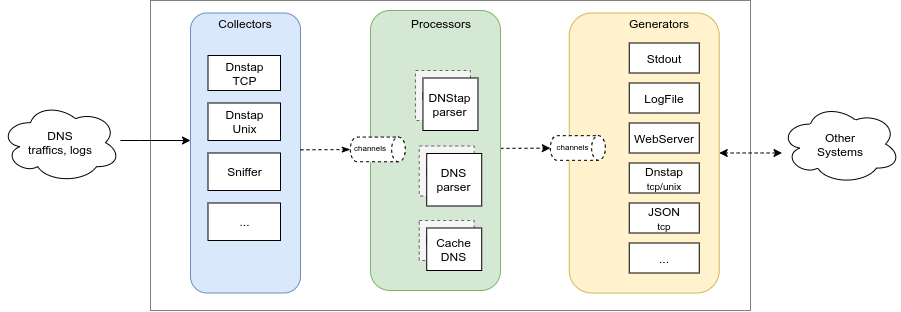
Above: doc/overview.png in dmachard/go-dnscollector (draw.io), before the change. Source tidied: cells renumbered, new cells last; positions are measured from the earlier drawing's top-left corner, leaving out a move shared by most shapes.
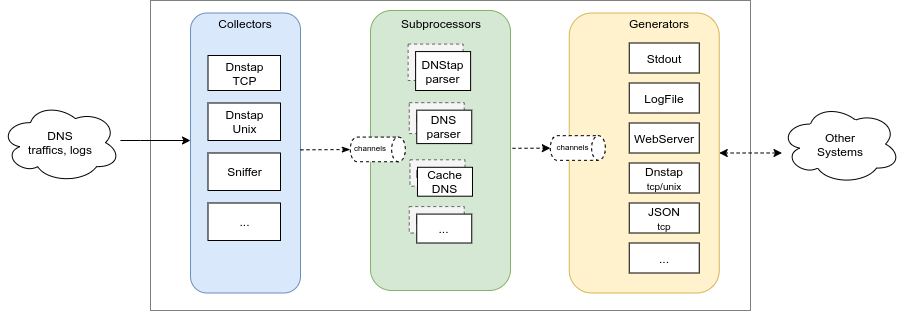
The same file after the commit.

What changed in the source:
```diff
@@ -69,19 +69,19 @@
       </mxGeometry>
     </mxCell>
     <mxCell id="19" style="rounded=1;whiteSpace=wrap;html=1;fillColor=#d5e8d4;strokeColor=#82b366;" parent="1" vertex="1">
-      <mxGeometry x="370" y="10" width="130" height="280" as="geometry" />
+      <mxGeometry x="370" y="10" width="140" height="280" as="geometry" />
     </mxCell>
-    <mxCell id="20" value="Processors" style="text;html=1;strokeColor=none;fillColor=none;align=center;verticalAlign=middle;whiteSpace=wrap;rounded=0;" parent="1" vertex="1">
+    <mxCell id="20" value="Subprocessors" style="text;html=1;strokeColor=none;fillColor=none;align=center;verticalAlign=middle;whiteSpace=wrap;rounded=0;" parent="1" vertex="1">
       <mxGeometry x="420.7" y="12.5" width="40" height="20" as="geometry" />
     </mxCell>
     <mxCell id="21" value="DNStap" style="rounded=0;whiteSpace=wrap;html=1;fillColor=#f5f5f5;strokeColor=#666666;fontColor=#333333;dashed=1;" parent="1" vertex="1">
-      <mxGeometry x="415" y="70" width="55" height="50" as="geometry" />
+      <mxGeometry x="407.6" y="43.6" width="55" height="36.4" as="geometry" />
     </mxCell>
     <mxCell id="22" value="Dnstap&lt;br&gt;Unix" style="rounded=0;whiteSpace=wrap;html=1;" parent="1" vertex="1">
       <mxGeometry x="207.5" y="102.5" width="72.5" height="37.5" as="geometry" />
     </mxCell>
     <mxCell id="23" value="DNStap&lt;br&gt;parser" style="rounded=0;whiteSpace=wrap;html=1;" parent="1" vertex="1">
-      <mxGeometry x="422.5" y="77.5" width="55" height="52.5" as="geometry" />
+      <mxGeometry x="415.1" y="51.1" width="55" height="38.9" as="geometry" />
     </mxCell>
     <mxCell id="24" value="Sniffer" style="rounded=0;whiteSpace=wrap;html=1;" parent="1" vertex="1">
       <mxGeometry x="207.5" y="152.5" width="72.5" height="37.5" as="geometry" />
@@ -90,10 +90,10 @@
       <mxGeometry x="207.5" y="202.5" width="72.5" height="37.5" as="geometry" />
     </mxCell>
     <mxCell id="26" value="DNStap" style="rounded=0;whiteSpace=wrap;html=1;fillColor=#f5f5f5;strokeColor=#666666;fontColor=#333333;dashed=1;" parent="1" vertex="1">
-      <mxGeometry x="418.7" y="145.5" width="55" height="50" as="geometry" />
+      <mxGeometry x="408.8" y="102.2" width="55" height="30.9" as="geometry" />
     </mxCell>
     <mxCell id="27" value="DNS&lt;br&gt;parser" style="rounded=0;whiteSpace=wrap;html=1;" parent="1" vertex="1">
-      <mxGeometry x="426.2" y="153" width="55" height="52.5" as="geometry" />
+      <mxGeometry x="416.2" y="109.7" width="55" height="33.4" as="geometry" />
     </mxCell>
     <mxCell id="28" style="edgeStyle=orthogonalEdgeStyle;rounded=0;jettySize=auto;html=1;dashed=1;endArrow=classicThin;endFill=1;" parent="1" edge="1" target="32">
       <mxGeometry relative="1" as="geometry">
@@ -104,10 +104,10 @@
       </mxGeometry>
     </mxCell>
     <mxCell id="29" value="DNStap" style="rounded=0;whiteSpace=wrap;html=1;fillColor=#f5f5f5;strokeColor=#666666;fontColor=#333333;dashed=1;" parent="1" vertex="1">
-      <mxGeometry x="418.7" y="220" width="55" height="40" as="geometry" />
+      <mxGeometry x="409.5" y="159.3" width="55" height="26.4" as="geometry" />
     </mxCell>
     <mxCell id="30" value="Cache&lt;br&gt;DNS" style="rounded=0;whiteSpace=wrap;html=1;" parent="1" vertex="1">
-      <mxGeometry x="426.2" y="227.5" width="55" height="42.5" as="geometry" />
+      <mxGeometry x="417" y="166.8" width="55" height="28.9" as="geometry" />
     </mxCell>
     <mxCell id="31" style="group;" parent="1" vertex="1">
       <mxGeometry x="360" y="141.9" width="45" height="41.7" as="geometry" />
@@ -127,5 +127,11 @@
     <mxCell id="36" value="&lt;font style=&quot;font-size: 8px&quot;&gt;channels&lt;/font&gt;" style="text;html=1;strokeColor=none;fillColor=none;align=center;verticalAlign=middle;whiteSpace=wrap;rounded=0;" parent="34" vertex="1">
       <mxGeometry y="-3" width="25" height="14" as="geometry" />
     </mxCell>
+    <mxCell id="37" value="DNStap" style="rounded=0;whiteSpace=wrap;html=1;fillColor=#f5f5f5;strokeColor=#666666;fontColor=#333333;dashed=1;" parent="1" vertex="1">
+      <mxGeometry x="408.8" y="206.1" width="55" height="26.4" as="geometry" />
+    </mxCell>
+    <mxCell id="38" value="..." style="rounded=0;whiteSpace=wrap;html=1;" parent="1" vertex="1">
+      <mxGeometry x="416.2" y="213.6" width="55" height="28.9" as="geometry" />
+    </mxCell>
   </root>
 </mxGraphModel>
```
